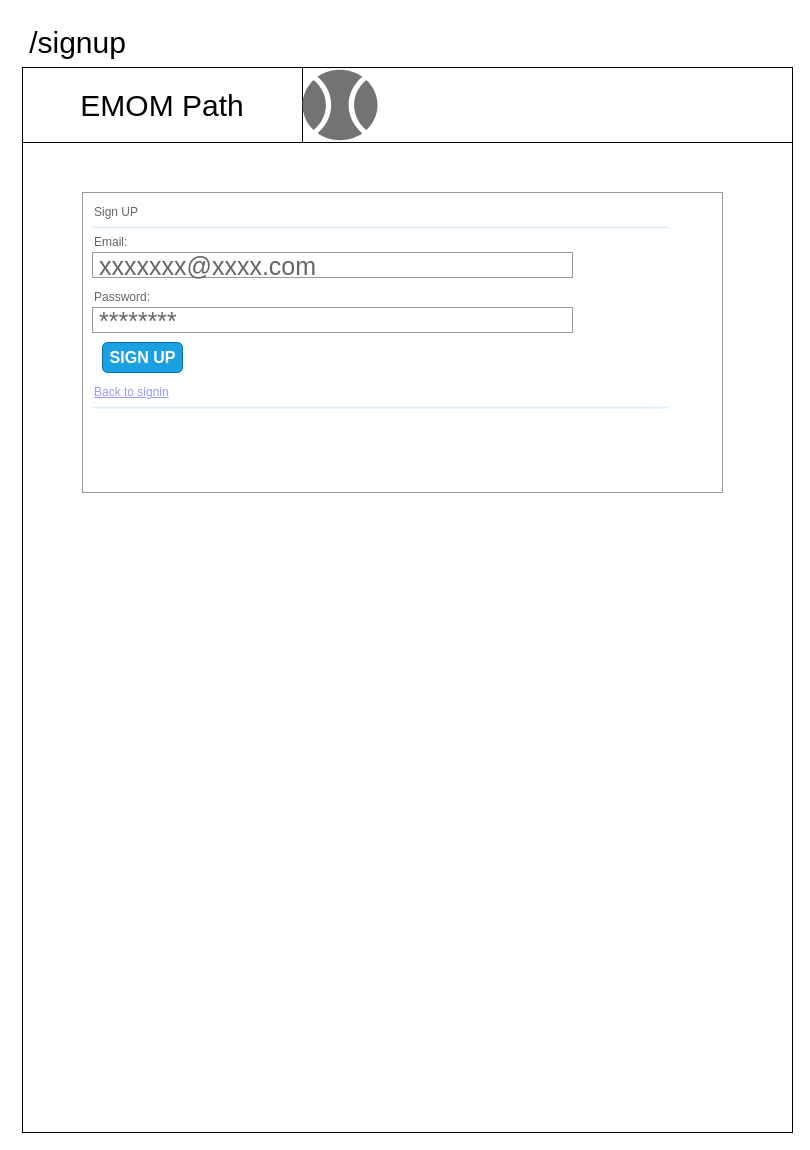
This is page "/auth/signup" (2 of 16) of blueprints/emompath_WF.dio from Shuheitkhs/emompath, a draw.io file, before an edit. Source tidied: cells renumbered, new cells numbered last; positions are measured from the earlier drawing's top-left corner, leaving out a move shared by most shapes. Both pictures are drawn from the tidied source at 100%, with x=0, y=0 at pixel (17, 17).
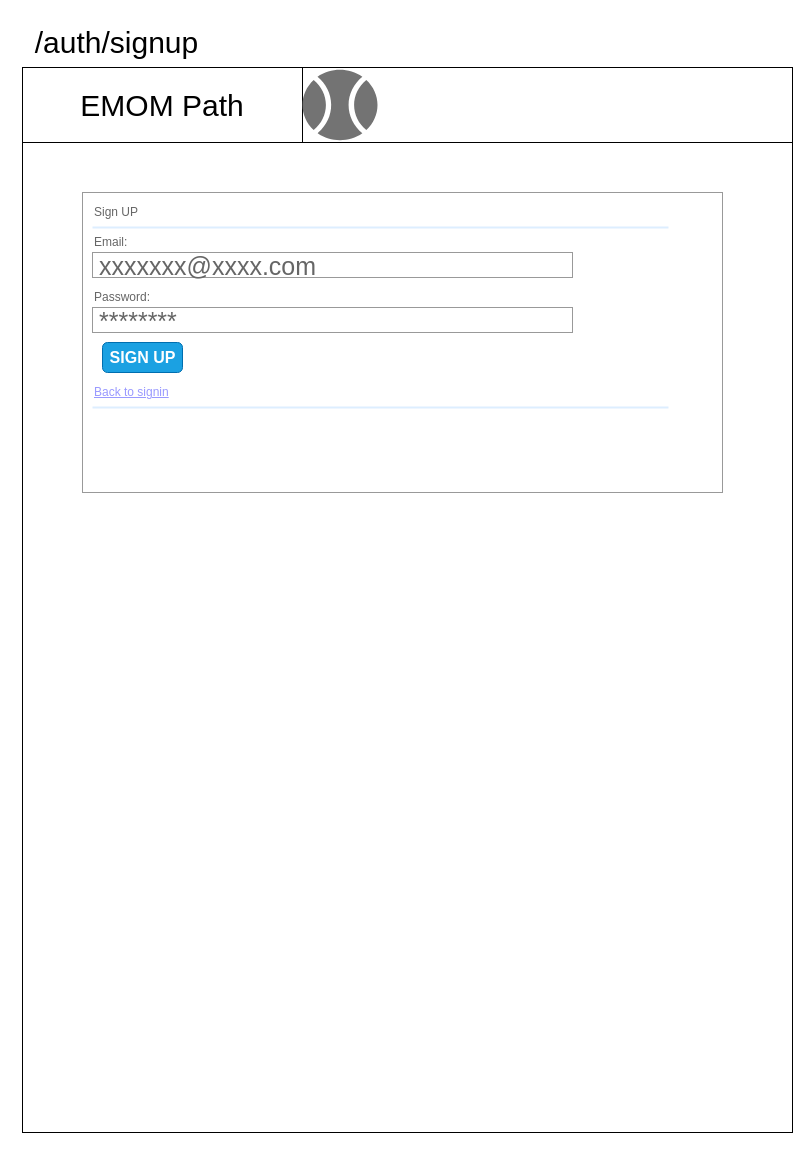
Above is the later version.

What changed in the source:
```diff
@@
-    <mxCell id="3" value="&lt;font style=&quot;font-size: 30px;&quot;&gt;/signup&lt;/font&gt;" style="text;html=1;align=center;verticalAlign=middle;strokeColor=none;fillColor=none;" parent="1" vertex="1">
-      <mxGeometry width="120" height="50" as="geometry" />
+    <mxCell id="3" value="&lt;font style=&quot;font-size: 30px;&quot;&gt;/auth/signup&lt;/font&gt;" style="text;html=1;align=center;verticalAlign=middle;strokeColor=none;fillColor=none;" parent="1" vertex="1">
+      <mxGeometry x="4" width="190" height="50" as="geometry" />
     </mxCell>
```
